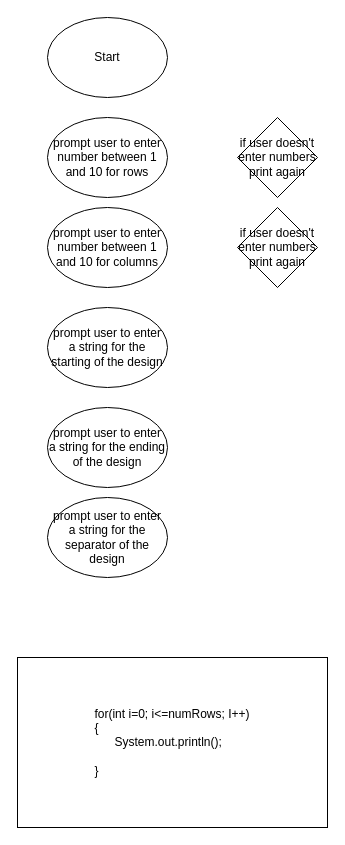
Before: IST/AlterDesign.drawio in lqr5252/IST-140, a draw.io diagram. Source tidied: cells renumbered, new cells numbered last; positions are measured from the earlier drawing's top-left corner, leaving out a move shared by most shapes. Both pictures are drawn from the tidied source at 100%, with x=0, y=0 at pixel (17, 17).
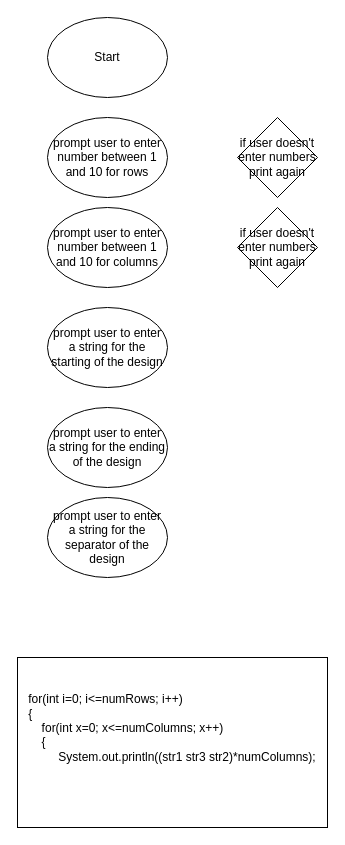
The same page after the edit.

Change to the diagram source:
```diff
@@
 <mxGraphModel>
   <root>
     <mxCell id="0" />
     <mxCell id="1" parent="0" />
     <mxCell id="2" value="Start" style="ellipse;whiteSpace=wrap;html=1;" parent="1" vertex="1">
       <mxGeometry x="30" width="120" height="80" as="geometry" />
     </mxCell>
     <mxCell id="3" value="prompt user to enter number between 1 and 10 for rows" style="ellipse;whiteSpace=wrap;html=1;" parent="1" vertex="1">
       <mxGeometry x="30" y="100" width="120" height="80" as="geometry" />
     </mxCell>
     <mxCell id="4" value="&lt;span&gt;prompt user to enter number between 1 and 10 for columns&lt;/span&gt;" style="ellipse;whiteSpace=wrap;html=1;" parent="1" vertex="1">
       <mxGeometry x="30" y="190" width="120" height="80" as="geometry" />
     </mxCell>
     <mxCell id="5" value="prompt user to enter a string for the starting of the design" style="ellipse;whiteSpace=wrap;html=1;" parent="1" vertex="1">
       <mxGeometry x="30" y="290" width="120" height="80" as="geometry" />
     </mxCell>
     <mxCell id="6" value="&lt;span&gt;prompt user to enter a string for the ending of the design&lt;/span&gt;" style="ellipse;whiteSpace=wrap;html=1;" parent="1" vertex="1">
       <mxGeometry x="30" y="390" width="120" height="80" as="geometry" />
     </mxCell>
     <mxCell id="7" value="&lt;span&gt;prompt user to enter a string for the separator of the design&lt;/span&gt;" style="ellipse;whiteSpace=wrap;html=1;" parent="1" vertex="1">
       <mxGeometry x="30" y="480" width="120" height="80" as="geometry" />
     </mxCell>
     <mxCell id="8" value="if user doesn't enter numbers print again" style="rhombus;whiteSpace=wrap;html=1;" parent="1" vertex="1">
       <mxGeometry x="220" y="100" width="80" height="80" as="geometry" />
     </mxCell>
     <mxCell id="9" value="if user doesn't enter numbers print again" style="rhombus;whiteSpace=wrap;html=1;" parent="1" vertex="1">
       <mxGeometry x="220" y="190" width="80" height="80" as="geometry" />
     </mxCell>
-    <mxCell id="10" value="&lt;div style=&quot;text-align: left&quot;&gt;for(int i=0; i&amp;lt;=numRows; I++)&lt;/div&gt;&lt;div style=&quot;text-align: left&quot;&gt;{&amp;nbsp;&lt;/div&gt;&lt;div style=&quot;text-align: left&quot;&gt;&amp;nbsp; &amp;nbsp; &amp;nbsp; System.out.println();&lt;/div&gt;&lt;div style=&quot;text-align: left&quot;&gt;&lt;br&gt;&lt;/div&gt;&lt;div style=&quot;text-align: left&quot;&gt;}&lt;/div&gt;" style="rounded=0;whiteSpace=wrap;html=1;" parent="1" vertex="1">
+    <mxCell id="10" value="&lt;div style=&quot;text-align: left&quot;&gt;for(int i=0; i&amp;lt;=numRows; i++)&lt;/div&gt;&lt;div style=&quot;text-align: left&quot;&gt;{&lt;/div&gt;&lt;div style=&quot;text-align: left&quot;&gt;&amp;nbsp; &amp;nbsp; for(int x=0; x&amp;lt;=numColumns; x++)&lt;/div&gt;&lt;div style=&quot;text-align: left&quot;&gt;&amp;nbsp; &amp;nbsp; {&lt;/div&gt;&lt;div style=&quot;text-align: left&quot;&gt;&amp;nbsp; &amp;nbsp; &amp;nbsp; &amp;nbsp; &amp;nbsp;System.out.println((str1 str3 str2)*numColumns);&lt;/div&gt;&lt;div style=&quot;text-align: left&quot;&gt;&lt;br&gt;&lt;/div&gt;&lt;div style=&quot;text-align: left&quot;&gt;&lt;br&gt;&lt;/div&gt;" style="rounded=0;whiteSpace=wrap;html=1;" parent="1" vertex="1">
       <mxGeometry y="640" width="310" height="170" as="geometry" />
     </mxCell>
   </root>
 </mxGraphModel>
```
